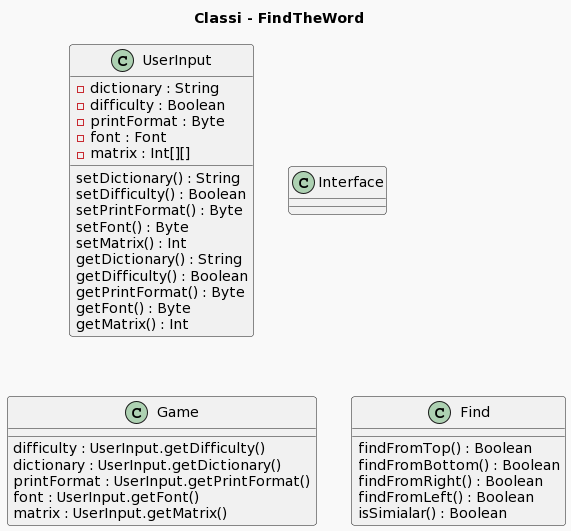
This is 7_Allegati/plantUML_IMG.png from NicoloFadda/FindTheWord, a PlantUML export, as it was before one commit.
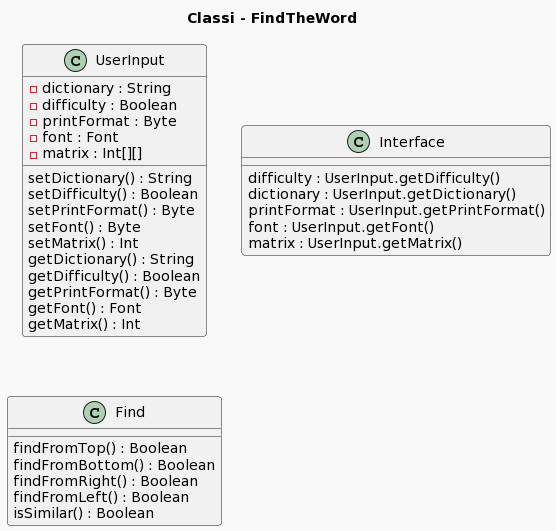
Above is the later version.

Diff of the diagram source:
```diff
@@ -20,27 +20,25 @@
   getDictionary() : String
   getDifficulty() : Boolean
   getPrintFormat() : Byte
-  getFont() : Byte
+  getFont() : Font
   getMatrix() : Int
 }
 
 Class Interface{
-
-}
-Class Game{
-  difficulty : UserInput.getDifficulty()
+    difficulty : UserInput.getDifficulty()
   dictionary : UserInput.getDictionary()
   printFormat : UserInput.getPrintFormat()
   font : UserInput.getFont()
   matrix : UserInput.getMatrix()
 
 }
+
 Class Find{
   findFromTop() : Boolean
   findFromBottom() : Boolean
   findFromRight() : Boolean
   findFromLeft() : Boolean
-  isSimialar() : Boolean
+  isSimilar() : Boolean
 
 }
 @enduml
```
